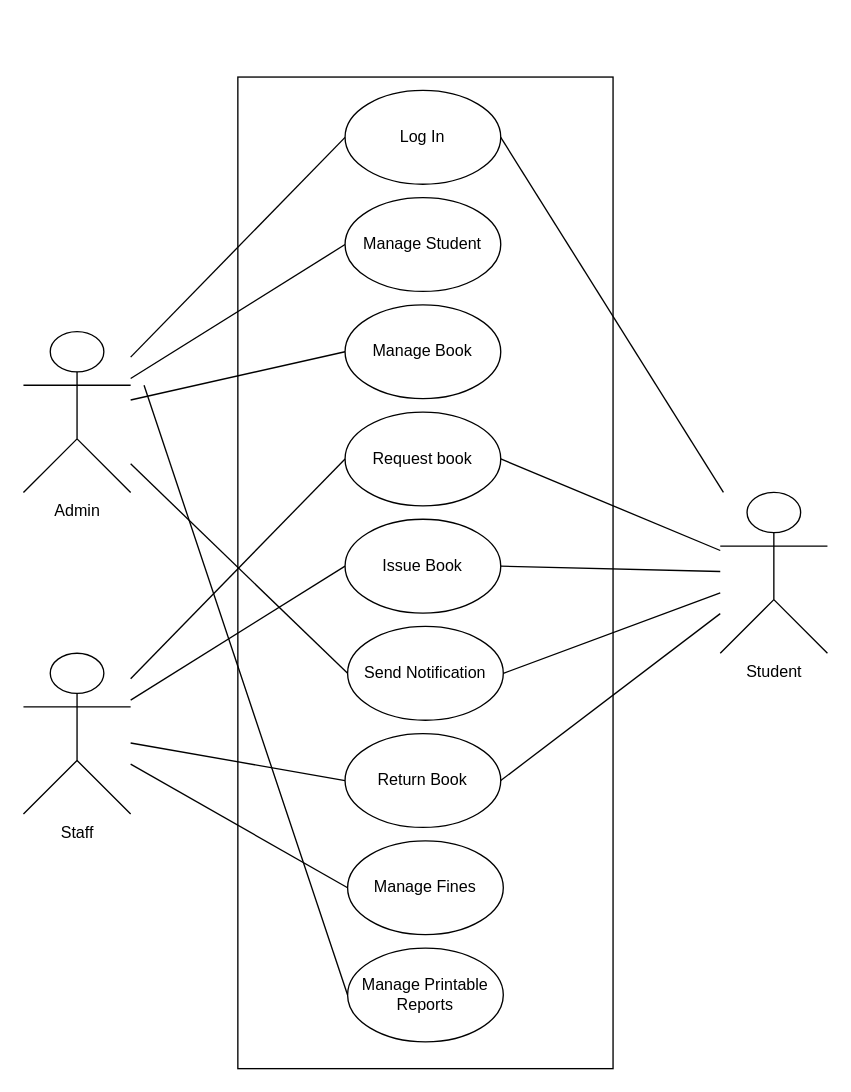
The draw.io diagram uc.drawio in Jayrou12345/Flowchart, before the edit. Source tidied: cells renumbered, new cells numbered last; positions are measured from the earlier drawing's top-left corner, leaving out a move shared by most shapes. Both pictures are drawn from the tidied source at 134%, with x=0, y=0 at pixel (23, 76).
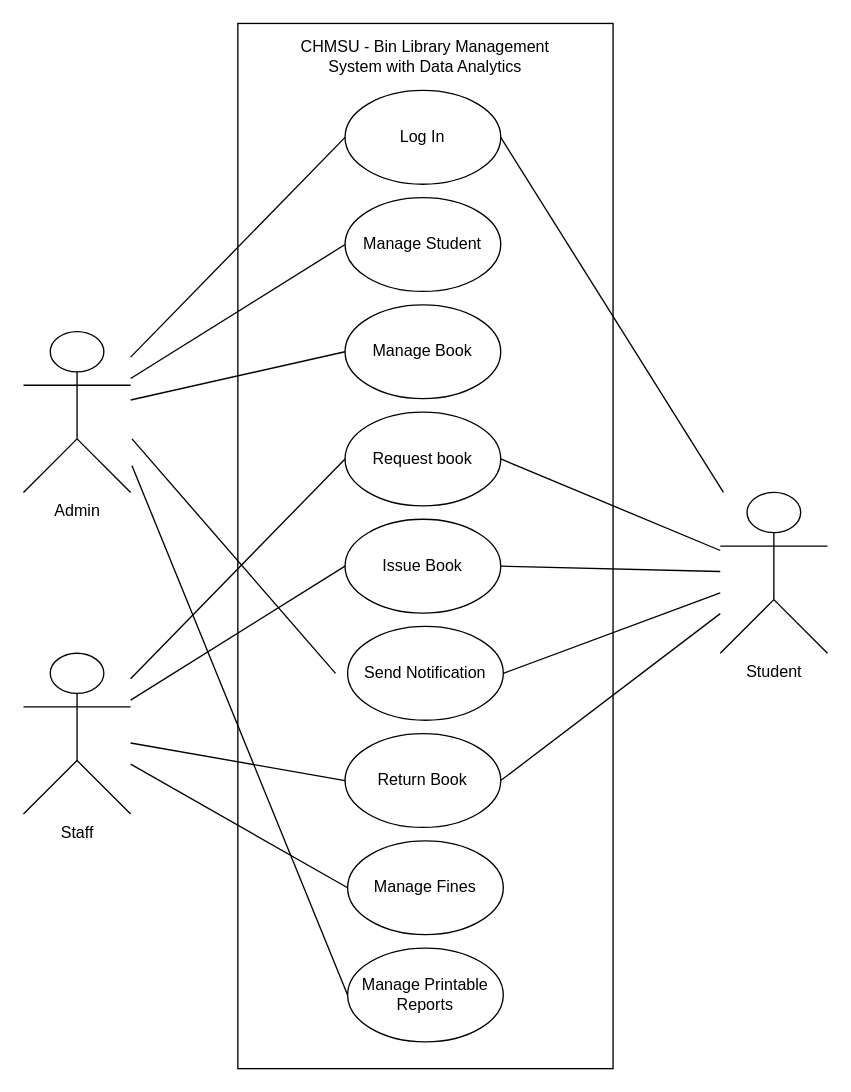
The same diagram, later.

The change refers to these unchanged cells:
```xml
<mxCell id="6" value="Admin" style="shape=umlActor;verticalLabelPosition=bottom;verticalAlign=top;html=1;outlineConnect=0;" parent="1" vertex="1">
  <mxGeometry y="190" width="80" height="120" as="geometry" />
</mxCell>
<mxCell id="15" value="Manage Printable Reports" style="ellipse;whiteSpace=wrap;html=1;fillColor=none;" parent="1" vertex="1">
  <mxGeometry x="241.9" y="650" width="116.2" height="70" as="geometry" />
</mxCell>
<mxCell id="28" value="Send Notification" style="ellipse;whiteSpace=wrap;html=1;fillColor=none;" parent="1" vertex="1">
  <mxGeometry x="241.9" y="410" width="116.2" height="70" as="geometry" />
</mxCell>
```

What changed in the source:
```diff
@@
-    <mxCell id="5" style="rounded=0;jettySize=auto;html=1;entryX=0;entryY=0.5;entryDx=0;entryDy=0;endArrow=none;endFill=0;" parent="1" edge="1" source="6" target="28">
-      <mxGeometry relative="1" as="geometry" />
+    <mxCell id="5" style="rounded=0;orthogonalLoop=1;jettySize=auto;html=1;entryX=0;entryY=0.5;entryDx=0;entryDy=0;endArrow=none;endFill=0;" parent="1" edge="1">
+      <mxGeometry relative="1" as="geometry">
+        <mxPoint x="81" y="270" as="sourcePoint" />
+        <mxPoint x="232.9" y="445" as="targetPoint" />
+      </mxGeometry>
     </mxCell>
@@
     <mxCell id="7" style="rounded=0;whiteSpace=wrap;html=1;fillColor=none;" parent="1" vertex="1">
-      <mxGeometry x="160" width="280" height="740" as="geometry" />
+      <mxGeometry x="160" y="-40" width="280" height="780" as="geometry" />
     </mxCell>
@@
     <mxCell id="26" style="rounded=0;jettySize=auto;html=1;entryX=0;entryY=0.5;entryDx=0;entryDy=0;endArrow=none;endFill=0;" parent="1" edge="1" target="15">
       <mxGeometry relative="1" as="geometry">
-        <mxPoint x="90" y="230" as="sourcePoint" />
+        <mxPoint x="81" y="290" as="sourcePoint" />
       </mxGeometry>
     </mxCell>
@@
+    <mxCell id="29" value="CHMSU - Bin Library Management System with Data Analytics" style="text;html=1;strokeColor=none;fillColor=none;align=center;verticalAlign=middle;whiteSpace=wrap;rounded=0;" parent="1" vertex="1">
+      <mxGeometry x="205" y="-30" width="190" height="30" as="geometry" />
+    </mxCell>
```
